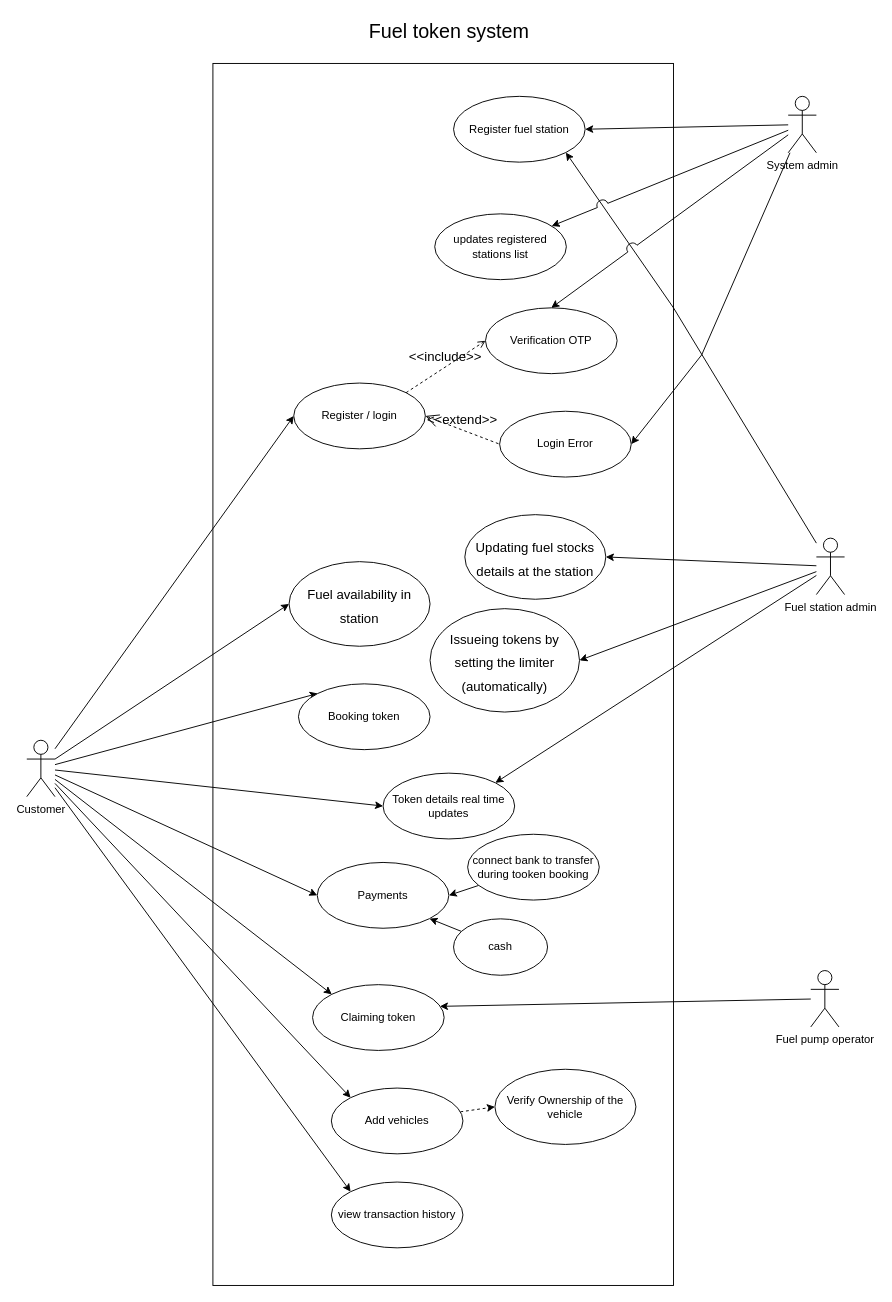
Above: Fueltokenusecase.drawio in razzy23/GroupProj (draw.io), before the change. Source tidied: cells renumbered, new cells numbered last; positions are measured from the earlier drawing's top-left corner, leaving out a move shared by most shapes. Both pictures are drawn from the tidied source at 94%, with x=0, y=0 at pixel (26, 16).
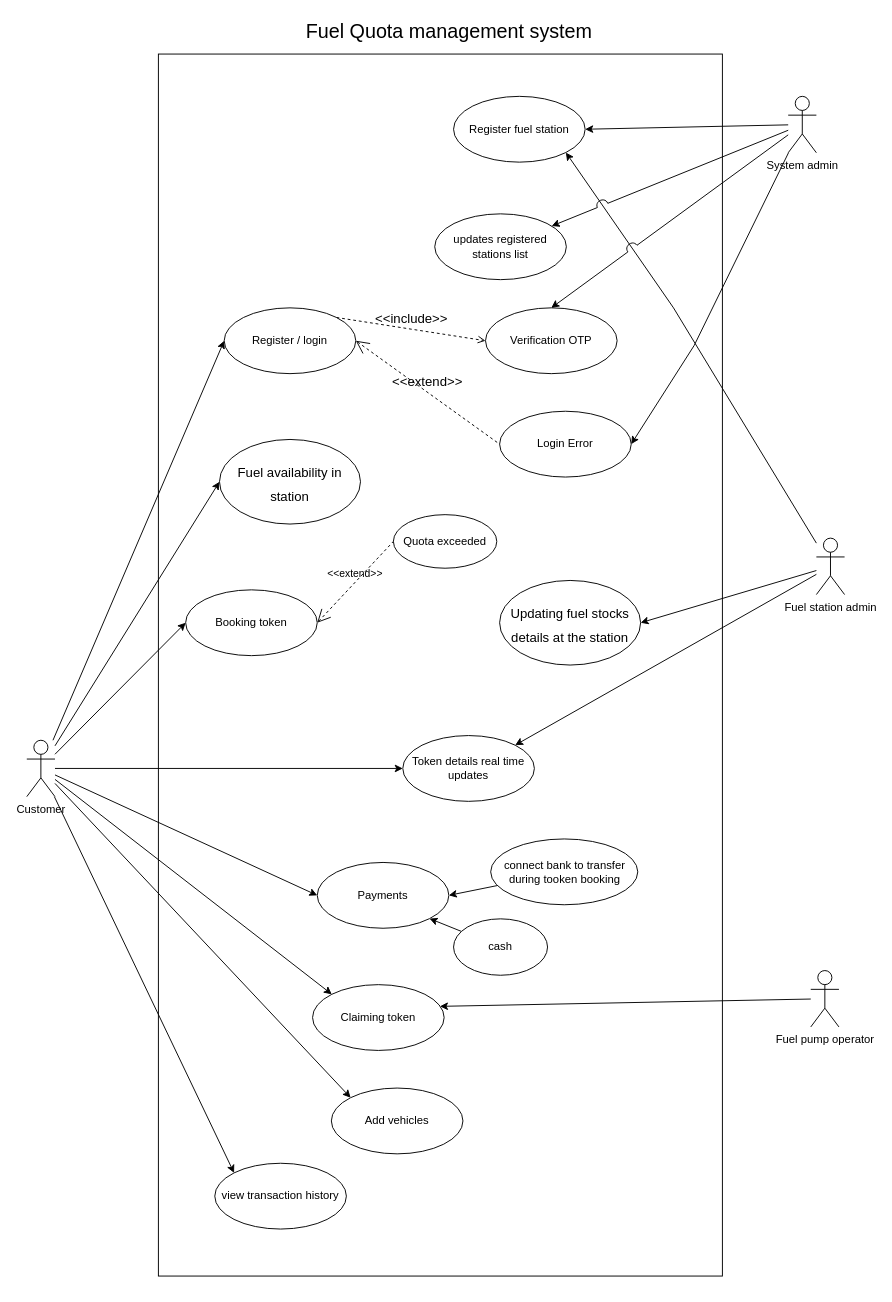
Above is the later version.

Commit message (it also covers changes not shown here):
updates and admin activity diagram

Unchanged cells that the change refers to:
```xml
<mxCell id="10" value="Customer" style="shape=umlActor;html=1;verticalLabelPosition=bottom;verticalAlign=top;align=center;" parent="1" vertex="1">
  <mxGeometry y="770" width="30" height="60" as="geometry" />
</mxCell>
<mxCell id="14" value="Login Error" style="ellipse;whiteSpace=wrap;html=1;" parent="1" vertex="1">
  <mxGeometry x="503" y="420" width="140" height="70" as="geometry" />
</mxCell>
<mxCell id="19" value="Fuel station admin" style="shape=umlActor;html=1;verticalLabelPosition=bottom;verticalAlign=top;align=center;" parent="1" vertex="1">
  <mxGeometry x="840" y="555" width="30" height="60" as="geometry" />
</mxCell>
<mxCell id="31" value="Add vehicles" style="ellipse;whiteSpace=wrap;html=1;" parent="1" vertex="1">
  <mxGeometry x="324" y="1140" width="140" height="70" as="geometry" />
</mxCell>
<mxCell id="44" value="System admin" style="shape=umlActor;html=1;verticalLabelPosition=bottom;verticalAlign=top;align=center;" parent="1" vertex="1">
  <mxGeometry x="810" y="85" width="30" height="60" as="geometry" />
</mxCell>
```

Change to the diagram source:
```diff
@@
+    <mxCell id="46" style="whiteSpace=wrap;html=1;fontSize=14;fillColor=none;" parent="1" vertex="1">
+      <mxGeometry x="140" y="40" width="600" height="1300" as="geometry" />
+    </mxCell>
@@
-    <mxCell id="4" style="edgeStyle=none;rounded=0;html=1;entryX=0;entryY=0;entryDx=0;entryDy=0;fontSize=14;" parent="1" edge="1" source="10" target="23">
+    <mxCell id="4" style="edgeStyle=none;rounded=0;html=1;entryX=0;entryY=0.5;entryDx=0;entryDy=0;fontSize=14;" parent="1" edge="1" source="10" target="23">
       <mxGeometry relative="1" as="geometry" />
     </mxCell>
@@
     <mxCell id="11" value="Register / login" style="ellipse;whiteSpace=wrap;html=1;" parent="1" vertex="1">
-      <mxGeometry x="284" y="390" width="140" height="70" as="geometry" />
+      <mxGeometry x="210" y="310" width="140" height="70" as="geometry" />
     </mxCell>
-    <mxCell id="12" value="Fuel token system" style="text;html=1;align=center;verticalAlign=middle;strokeColor=none;fillColor=none;fontSize=21;" parent="1" vertex="1">
-      <mxGeometry x="354" width="190" height="30" as="geometry" />
+    <mxCell id="12" value="Fuel Quota management system" style="text;html=1;align=center;verticalAlign=middle;strokeColor=none;fillColor=none;fontSize=21;" parent="1" vertex="1">
+      <mxGeometry x="289" width="320" height="30" as="geometry" />
     </mxCell>
@@
-    <mxCell id="16" style="edgeStyle=none;rounded=0;html=1;entryX=1;entryY=0.5;entryDx=0;entryDy=0;fontSize=14;" parent="1" edge="1" source="19" target="22">
-      <mxGeometry relative="1" as="geometry" />
-    </mxCell>
@@
     <mxCell id="20" value="&lt;font style=&quot;font-size: 14px&quot;&gt;Fuel availability in station&lt;/font&gt;" style="ellipse;whiteSpace=wrap;html=1;fontSize=21;fillColor=default;" parent="1" vertex="1">
-      <mxGeometry x="279" y="580" width="150" height="90" as="geometry" />
+      <mxGeometry x="205" y="450" width="150" height="90" as="geometry" />
     </mxCell>
     <mxCell id="21" value="&lt;span style=&quot;font-size: 14px&quot;&gt;Updating fuel stocks details at the station&lt;/span&gt;" style="ellipse;whiteSpace=wrap;html=1;fontSize=21;fillColor=default;" parent="1" vertex="1">
-      <mxGeometry x="466" y="530" width="150" height="90" as="geometry" />
+      <mxGeometry x="503" y="600" width="150" height="90" as="geometry" />
     </mxCell>
-    <mxCell id="22" value="&lt;span style=&quot;font-size: 14px&quot;&gt;Issueing tokens by setting the limiter (automatically)&lt;/span&gt;" style="ellipse;whiteSpace=wrap;html=1;fontSize=21;fillColor=default;" parent="1" vertex="1">
-      <mxGeometry x="429" y="630" width="159" height="110" as="geometry" />
-    </mxCell>
     <mxCell id="23" value="Booking token" style="ellipse;whiteSpace=wrap;html=1;" parent="1" vertex="1">
-      <mxGeometry x="289" y="710" width="140" height="70" as="geometry" />
+      <mxGeometry x="169" y="610" width="140" height="70" as="geometry" />
     </mxCell>
     <mxCell id="24" value="Token details real time updates" style="ellipse;whiteSpace=wrap;html=1;" parent="1" vertex="1">
-      <mxGeometry x="379" y="805" width="140" height="70" as="geometry" />
+      <mxGeometry x="400" y="765" width="140" height="70" as="geometry" />
     </mxCell>
@@
     <mxCell id="28" value="view transaction history" style="ellipse;whiteSpace=wrap;html=1;" parent="1" vertex="1">
-      <mxGeometry x="324" y="1240" width="140" height="70" as="geometry" />
+      <mxGeometry x="200" y="1220" width="140" height="70" as="geometry" />
     </mxCell>
-    <mxCell id="29" value="Verify Ownership of the vehicle" style="ellipse;whiteSpace=wrap;html=1;" parent="1" vertex="1">
-      <mxGeometry x="498" y="1120" width="150" height="80" as="geometry" />
-    </mxCell>
-    <mxCell id="30" style="edgeStyle=none;rounded=0;html=1;entryX=0;entryY=0.5;entryDx=0;entryDy=0;fontSize=14;dashed=1;" parent="1" edge="1" source="31" target="29">
-      <mxGeometry relative="1" as="geometry" />
-    </mxCell>
@@
     <mxCell id="36" value="connect bank to transfer during tooken booking" style="ellipse;whiteSpace=wrap;html=1;" parent="1" vertex="1">
-      <mxGeometry x="469" y="870" width="140" height="70" as="geometry" />
+      <mxGeometry x="493.5" y="875" width="156.5" height="70" as="geometry" />
     </mxCell>
@@
     <mxCell id="43" style="edgeStyle=none;rounded=0;jumpStyle=arc;jumpSize=12;html=1;entryX=1;entryY=0.5;entryDx=0;entryDy=0;fontSize=14;" parent="1" edge="1" source="44" target="14">
       <mxGeometry relative="1" as="geometry">
         <Array as="points">
-          <mxPoint x="718" y="360" />
+          <mxPoint x="710" y="350" />
         </Array>
       </mxGeometry>
     </mxCell>
@@
-    <mxCell id="46" style="whiteSpace=wrap;html=1;fontSize=14;fillColor=none;" parent="1" vertex="1">
-      <mxGeometry x="198" y="50" width="490" height="1300" as="geometry" />
-    </mxCell>
+    <mxCell id="47" value="Quota exceeded" style="ellipse;whiteSpace=wrap;html=1;" parent="1" vertex="1">
+      <mxGeometry x="390" y="530" width="110" height="57" as="geometry" />
+    </mxCell>
+    <mxCell id="48" value="&amp;lt;&amp;lt;extend&amp;gt;&amp;gt;" style="edgeStyle=none;html=1;startArrow=open;endArrow=none;startSize=12;verticalAlign=bottom;dashed=1;labelBackgroundColor=none;entryX=0;entryY=0.5;entryDx=0;entryDy=0;exitX=1;exitY=0.5;exitDx=0;exitDy=0;" parent="1" edge="1" source="23" target="47">
+      <mxGeometry relative="1" as="geometry" />
+    </mxCell>
```
